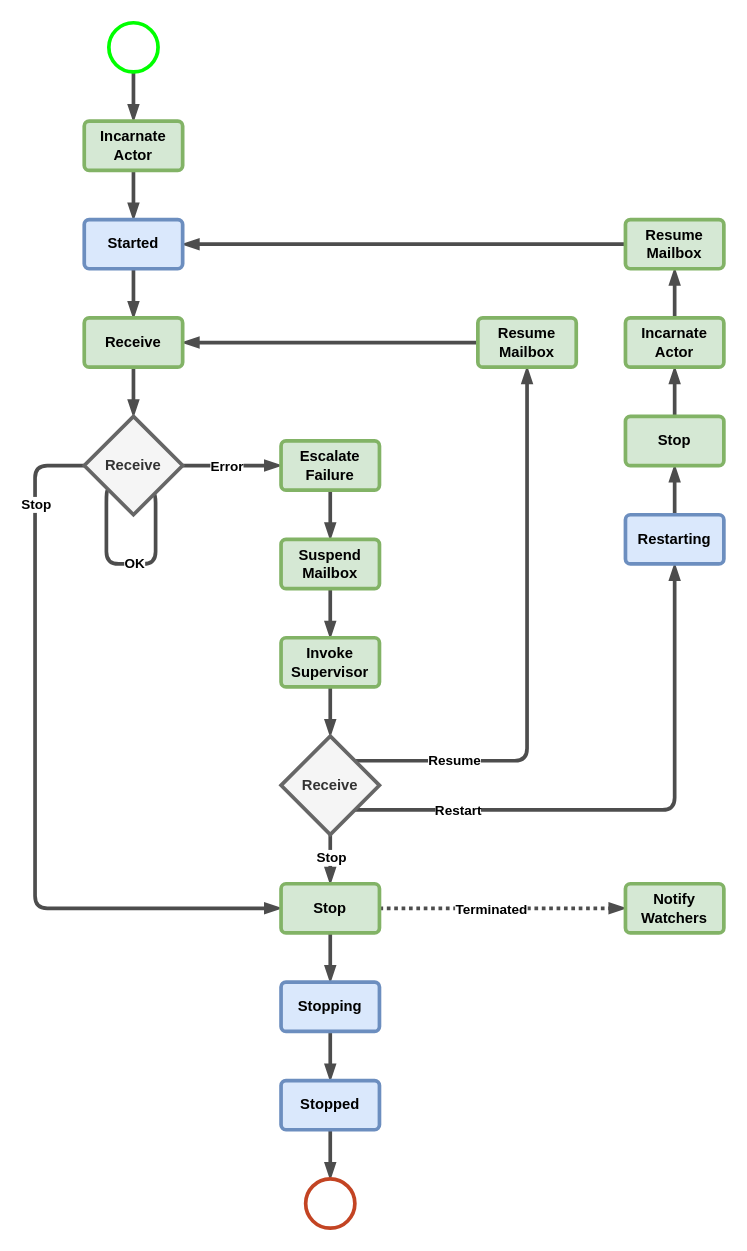
The draw.io diagram page "3_1_1" (9 of 19) of hugo/content/docs/images/diagrams.drawio in asynkron/protoactor-website, before the edit. Source tidied: cells renumbered, new cells numbered last; positions are measured from the earlier drawing's top-left corner, leaving out a move shared by most shapes. Both pictures are drawn from the tidied source at 123%, with x=0, y=0 at pixel (34, 22).
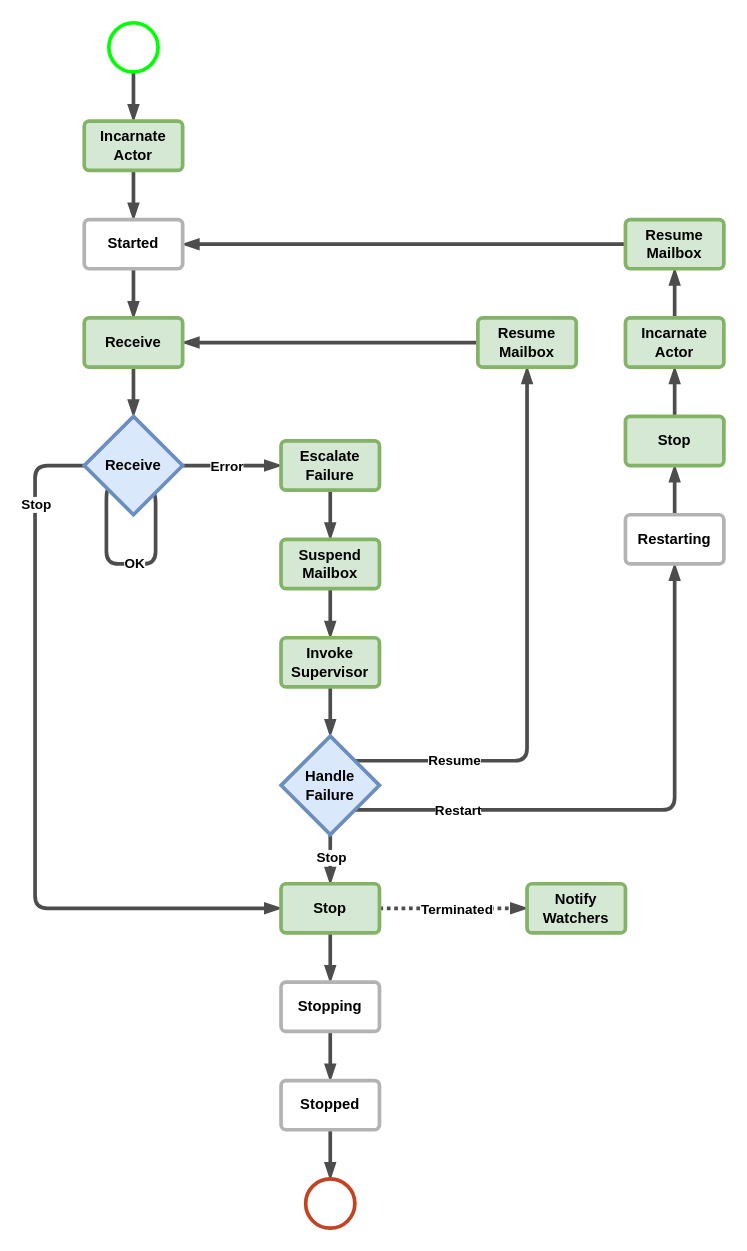
After the change.

Diff of the diagram source:
```diff
@@
-    <mxCell id="30" value="Started" style="rounded=1;whiteSpace=wrap;html=1;fontStyle=1;arcSize=10;strokeColor=#6c8ebf;strokeWidth=3;fillColor=#dae8fc;" parent="1" vertex="1">
+    <mxCell id="30" value="Started" style="rounded=1;whiteSpace=wrap;html=1;fontStyle=1;arcSize=10;strokeWidth=3;glass=0;shadow=0;strokeColor=#B3B3B3;" parent="1" vertex="1">
       <mxGeometry x="40" y="160" width="80" height="40" as="geometry" />
     </mxCell>
@@
-    <mxCell id="37" value="Restarting" style="rounded=1;whiteSpace=wrap;html=1;fontStyle=1;arcSize=10;strokeColor=#6c8ebf;strokeWidth=3;fillColor=#dae8fc;" parent="1" vertex="1">
+    <mxCell id="37" value="Restarting" style="rounded=1;whiteSpace=wrap;html=1;fontStyle=1;arcSize=10;strokeWidth=3;shadow=0;strokeColor=#B3B3B3;" parent="1" vertex="1">
       <mxGeometry x="480" y="400" width="80" height="40" as="geometry" />
     </mxCell>
-    <mxCell id="38" value="Stopping" style="rounded=1;whiteSpace=wrap;html=1;fontStyle=1;arcSize=10;strokeColor=#6c8ebf;strokeWidth=3;fillColor=#dae8fc;" parent="1" vertex="1">
+    <mxCell id="38" value="Stopping" style="rounded=1;whiteSpace=wrap;html=1;fontStyle=1;arcSize=10;strokeWidth=3;shadow=0;strokeColor=#B3B3B3;" parent="1" vertex="1">
       <mxGeometry x="200" y="780" width="80" height="40" as="geometry" />
     </mxCell>
-    <mxCell id="39" value="Stopped" style="rounded=1;whiteSpace=wrap;html=1;fontStyle=1;arcSize=10;strokeColor=#6c8ebf;strokeWidth=3;fillColor=#dae8fc;" parent="1" vertex="1">
+    <mxCell id="39" value="Stopped" style="rounded=1;whiteSpace=wrap;html=1;fontStyle=1;arcSize=10;strokeWidth=3;shadow=0;strokeColor=#B3B3B3;" parent="1" vertex="1">
       <mxGeometry x="200" y="860" width="80" height="40" as="geometry" />
     </mxCell>
     <mxCell id="40" value="Notify Watchers" style="rounded=1;whiteSpace=wrap;html=1;fontStyle=1;arcSize=10;strokeColor=#82b366;strokeWidth=3;fillColor=#d5e8d4;" parent="1" vertex="1">
-      <mxGeometry x="480" y="700" width="80" height="40" as="geometry" />
+      <mxGeometry x="400" y="700" width="80" height="40" as="geometry" />
     </mxCell>
-    <mxCell id="41" value="Receive" style="rhombus;whiteSpace=wrap;html=1;fillColor=#f5f5f5;strokeColor=#666666;strokeWidth=3;fontStyle=1;fontColor=#333333;" parent="1" vertex="1">
+    <mxCell id="41" value="Receive" style="rhombus;whiteSpace=wrap;html=1;fillColor=#dae8fc;strokeColor=#6c8ebf;strokeWidth=3;fontStyle=1;" parent="1" vertex="1">
       <mxGeometry x="40" y="320" width="80" height="80" as="geometry" />
     </mxCell>
-    <mxCell id="42" value="Receive" style="rhombus;whiteSpace=wrap;html=1;fillColor=#f5f5f5;strokeColor=#666666;strokeWidth=3;fontStyle=1;fontColor=#333333;" parent="1" vertex="1">
+    <mxCell id="42" value="Handle Failure" style="rhombus;whiteSpace=wrap;html=1;fillColor=#dae8fc;strokeColor=#6c8ebf;strokeWidth=3;fontStyle=1;" parent="1" vertex="1">
       <mxGeometry x="200" y="580" width="80" height="80" as="geometry" />
     </mxCell>
```
